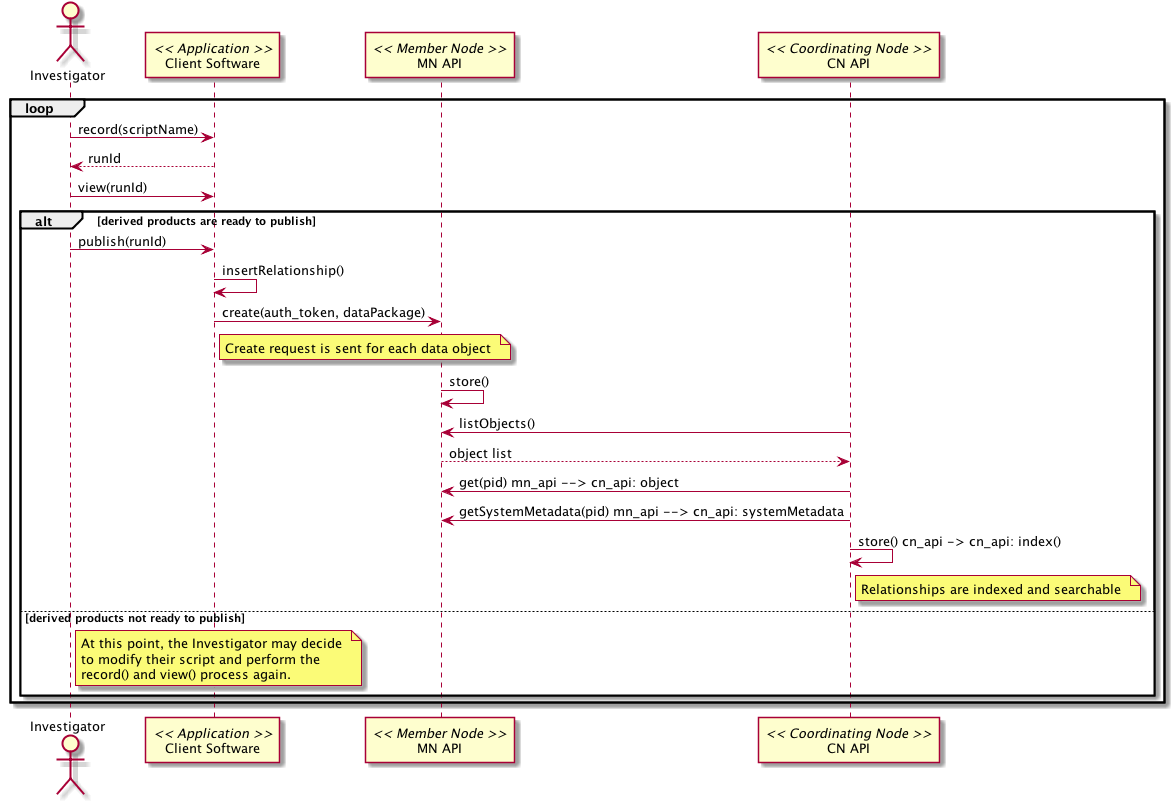
This is docs/use-cases/provenance/images/41_seq.png from DataONEorg/sem-prov-design, a PlantUML export, as it was before one commit.
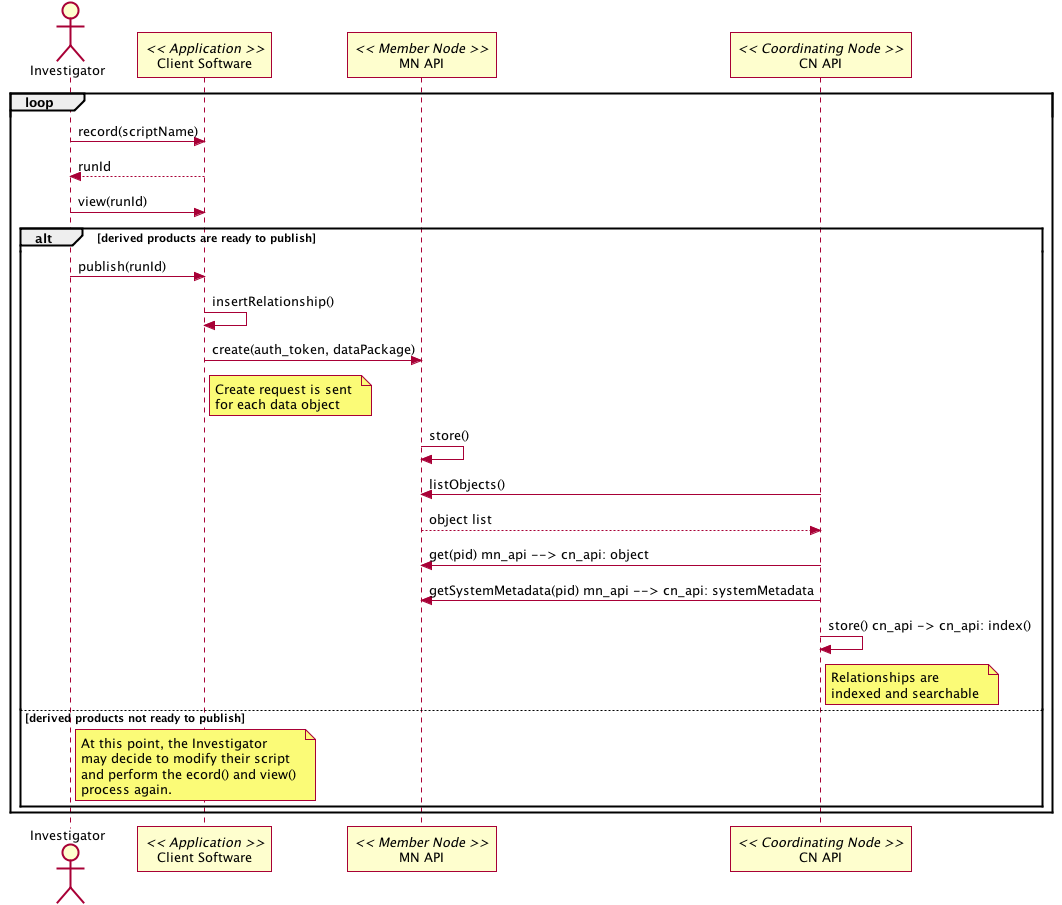
The same file after the commit.

Commit message:
Update use case 41 to be focused on publishing data and provenance information to a DataONE repository.

The edit, as a diff of the source:
```diff
@@ -1,35 +1,37 @@
 @startuml images/41_seq.png
-Actor Investigator
-participant "Client Software" as app_client << Application >>
-participant "MN API" as mn_api << Member Node >>
-participant "CN API" as cn_api << Coordinating Node >>
-loop
-Investigator -> app_client: record(scriptName)
-app_client --> Investigator: runId
-Investigator -> app_client: view(runId)
-alt derived products are ready to publish
-Investigator -> app_client: publish(runId)
-app_client -> app_client: insertRelationship()
-app_client -> mn_api: create(auth_token, dataPackage)
-note right of app_client
-Create request is sent for each data object
-end note
-mn_api -> mn_api: store()
-cn_api -> mn_api: listObjects()
-mn_api --> cn_api: object list
-cn_api -> mn_api: get(pid) mn_api --> cn_api: object
-cn_api -> mn_api: getSystemMetadata(pid) mn_api --> cn_api: systemMetadata
-cn_api -> cn_api: store() cn_api -> cn_api: index()
-note right of cn_api
-Relationships are indexed and searchable
-end note
-else derived products not ready to publish
-note right of Investigator
-At this point, the Investigator may decide
-to modify their script and perform the
-record() and view() process again.
-end note
-end
-end
-
+    Actor Investigator
+    participant "Client Software" as app_client << Application >>
+    participant "MN API" as mn_api << Member Node >>
+    participant "CN API" as cn_api << Coordinating Node >>
+    loop
+    Investigator -> app_client: record(scriptName)
+    app_client --> Investigator: runId
+    Investigator -> app_client: view(runId)
+    alt derived products are ready to publish
+    Investigator -> app_client: publish(runId)
+    app_client -> app_client: insertRelationship()
+    app_client -> mn_api: create(auth_token, dataPackage)
+    note right of app_client
+    Create request is sent
+    for each data object
+    end note
+    mn_api -> mn_api: store()
+    cn_api -> mn_api: listObjects()
+    mn_api --> cn_api: object list
+    cn_api -> mn_api: get(pid) mn_api --> cn_api: object
+    cn_api -> mn_api: getSystemMetadata(pid) mn_api --> cn_api: systemMetadata
+    cn_api -> cn_api: store() cn_api -> cn_api: index()
+    note right of cn_api
+    Relationships are
+    indexed and searchable
+    end note
+    else derived products not ready to publish
+    note right of Investigator
+    At this point, the Investigator
+    may decide to modify their script
+    and perform the ecord() and view()
+    process again.
+    end note
+    end
+    end
 @enduml
```
